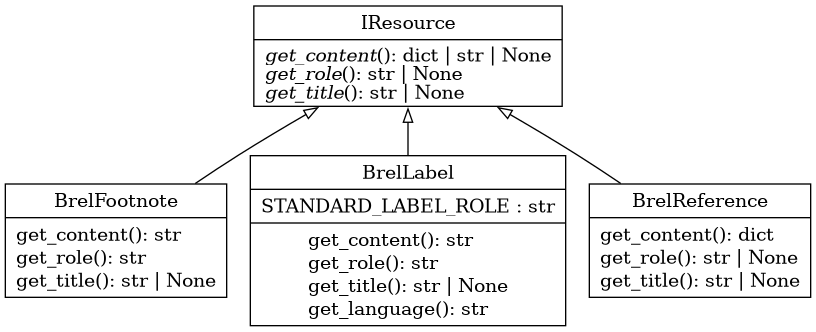
BrelLibrary/brel keeps this Graphviz diagram as docs/thesis_latex/images/brel_resource_classes.png. Above is the earlier version. Its source is kept beside it as docs/thesis_latex/images/brel_resource_classes.dot.
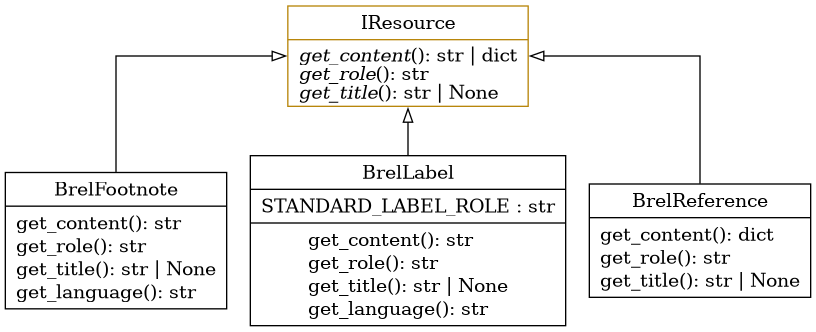
The same file after the commit.

Diff of the diagram source:
```diff
@@ -1,12 +1,15 @@
 digraph "classes_brel_resources" {
 rankdir=BT
 charset="utf-8"
+splines="ortho"
+
 "brel.resource.footnote.BrelFootnote" [color="black", fontcolor="black", label=<{
 BrelFootnote
 |
 get_content(): str<br ALIGN="LEFT"/>
 get_role(): str<br ALIGN="LEFT"/>
 get_title(): str \| None<br ALIGN="LEFT"/>
+get_language(): str<br ALIGN="LEFT"/>
 }>, shape="record", style="solid"];
 
 "brel.resource.brel_label.BrelLabel" [color="black", fontcolor="black", label=<{
@@ -24,15 +27,15 @@
 BrelReference
 |
 get_content(): dict<br ALIGN="LEFT"/>
-get_role(): str \| None<br ALIGN="LEFT"/>
+get_role(): str<br ALIGN="LEFT"/>
 get_title(): str \| None<br ALIGN="LEFT"/>
 }>, shape="record", style="solid"];
 
-"brel.resource.i_resource.IResource" [color="black", fontcolor="black", label=<{
+"brel.resource.i_resource.IResource" [color="darkgoldenrod", fontcolor="black", label=<{
 IResource
 |
-<I>get_content</I>(): dict \| str \| None<br ALIGN="LEFT"/>
-<I>get_role</I>(): str \| None<br ALIGN="LEFT"/>
+<I>get_content</I>(): str \| dict<br ALIGN="LEFT"/>
+<I>get_role</I>(): str<br ALIGN="LEFT"/>
 <I>get_title</I>(): str \| None<br ALIGN="LEFT"/>
 }>, shape="record", style="solid"];
 
```
